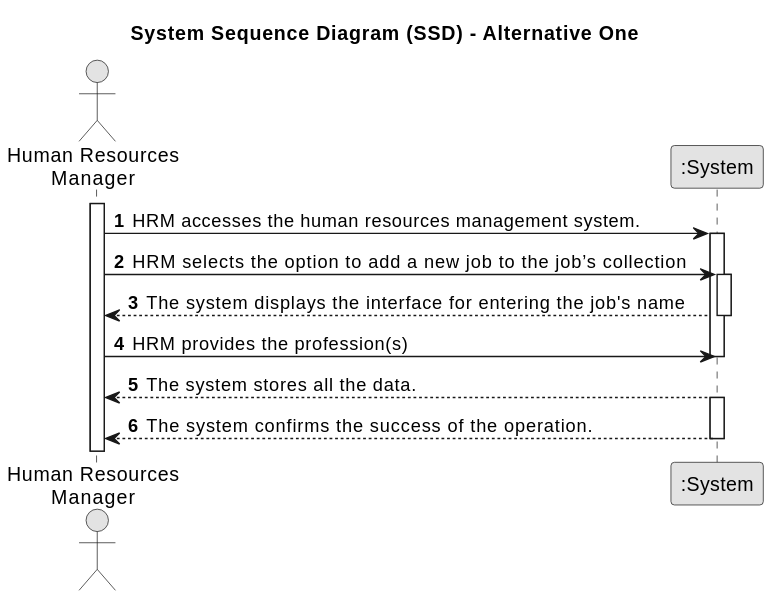
Above: docs/sprintA/us002/01.requirements-engineering/svg/us002-system-sequence-diagram-alternative-one-System_Sequence_Diagram__SSD____Alternative_One.svg in SAEmanuel/Green_Spaces_Management_ISEP (PlantUML), before the change.
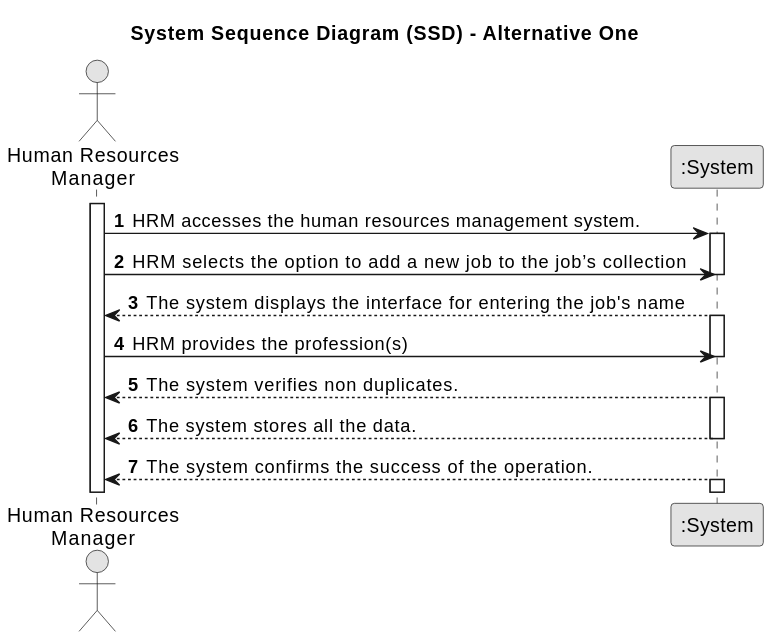
Above is the later version.

The edit, as a diff of the source:
```diff
@@ -16,17 +16,20 @@
     activate System
 
      HRM -> System : HRM selects the option to add a new job to the job’s collection
-    activate System
+    deactivate System
 
         System --> HRM : The system displays the interface for entering the job's name
-    deactivate System
+    activate System
 
         HRM -> System : HRM provides the profession(s)
     deactivate System
 
+    System --> HRM : The system verifies non duplicates.
+        activate System
+
     System --> HRM : The system stores all the data.
-    activate System
+    deactivate System
 
         System --> HRM : The system confirms the success of the operation.
-    deactivate System
+    activate System
 @enduml
```
